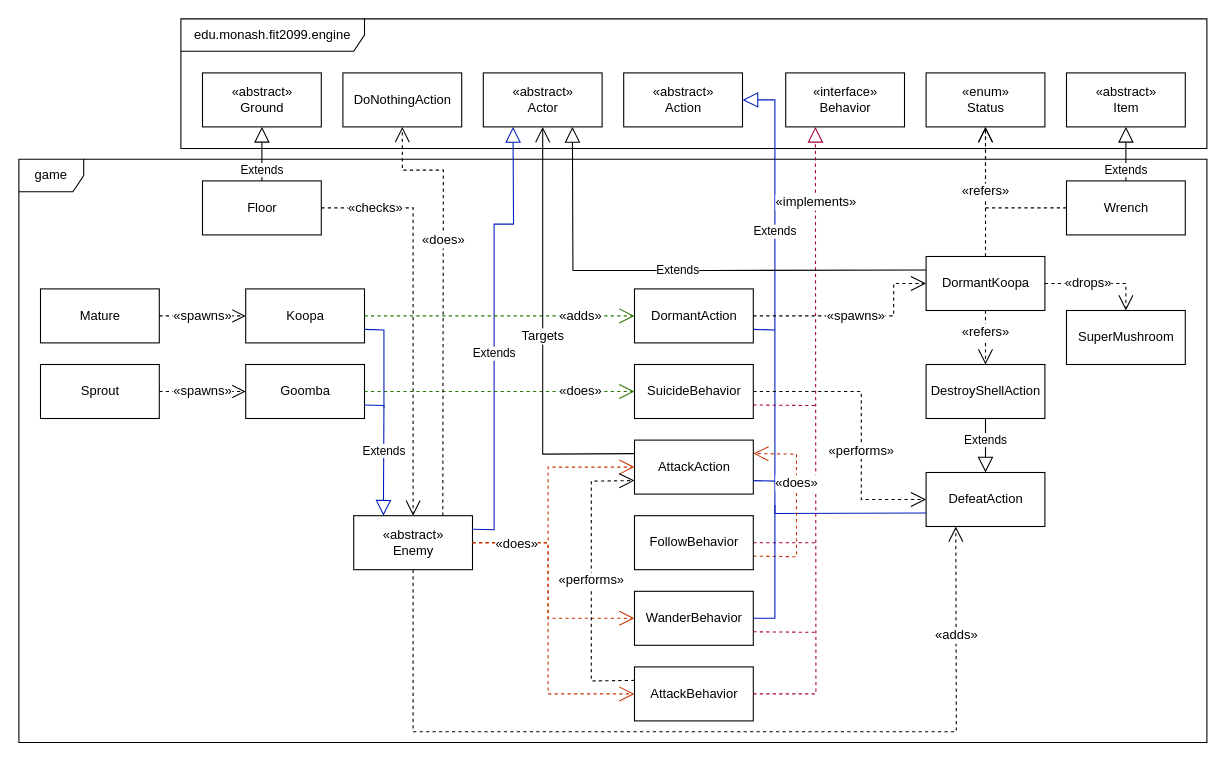
Before: docs/REQ3/class diagram.drawio in rongwen1/Roguelike-Mario-game-java, a draw.io diagram. Source tidied: cells renumbered, new cells numbered last; positions are measured from the earlier drawing's top-left corner, leaving out a move shared by most shapes. Both pictures are drawn from the tidied source at 108%, with x=0, y=0 at pixel (18, 18).
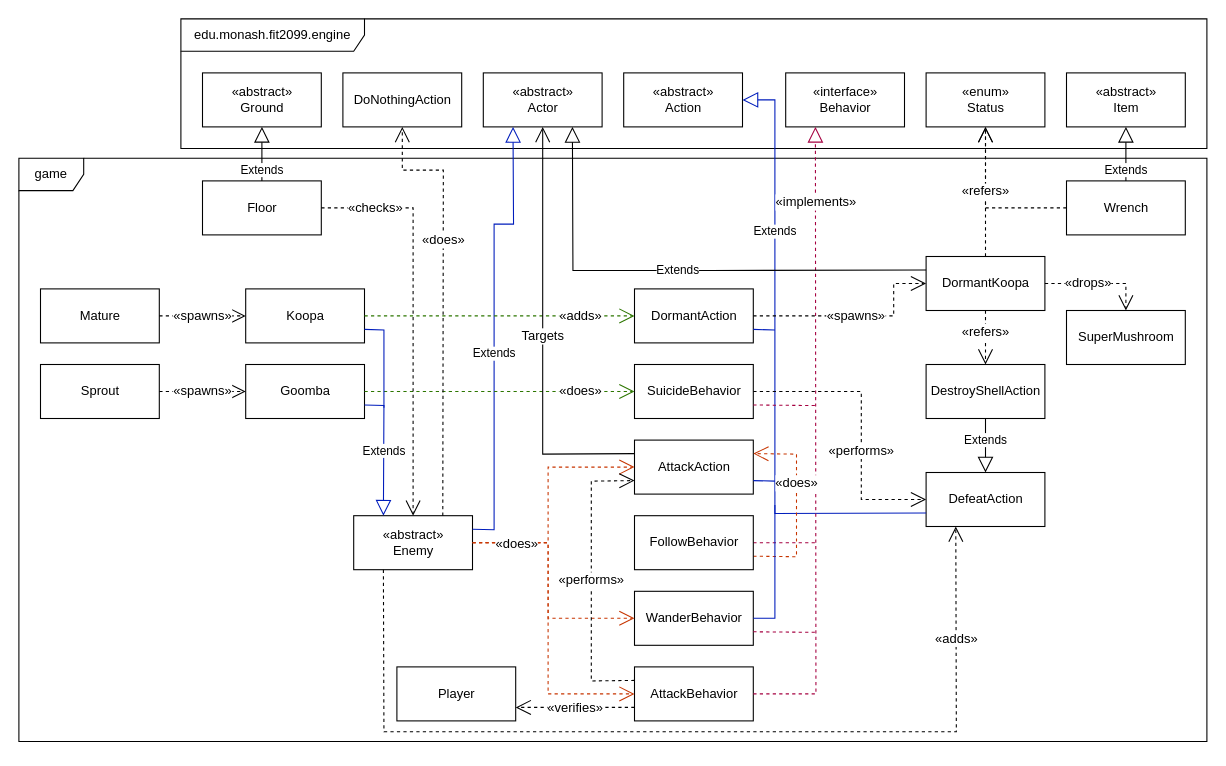
Above is the later version.

Commit message (it also covers changes not shown here):
REQ3: finish diagram and implementation

The change refers to these unchanged cells:
```xml
<mxCell id="6" value="DefeatAction" style="html=1;" parent="1" vertex="1">
  <mxGeometry x="840" y="420" width="110" height="50" as="geometry" />
</mxCell>
<mxCell id="9" value="AttackBehavior" style="html=1;" parent="1" vertex="1">
  <mxGeometry x="570" y="600" width="110" height="50" as="geometry" />
</mxCell>
<mxCell id="17" value="«abstract»&lt;br&gt;Enemy" style="html=1;" parent="1" vertex="1">
  <mxGeometry x="310" y="460" width="110" height="50" as="geometry" />
</mxCell>
```

Diff of the diagram source:
```diff
@@
     <mxCell id="3" value="game" style="shape=umlFrame;whiteSpace=wrap;html=1;" parent="1" vertex="1">
-      <mxGeometry y="130" width="1100" height="540" as="geometry" />
+      <mxGeometry y="129" width="1100" height="540" as="geometry" />
     </mxCell>
@@
-    <mxCell id="62" value="&lt;span style=&quot;font-size: 12px&quot;&gt;«adds»&lt;/span&gt;" style="endArrow=open;endSize=12;html=1;endFill=0;entryX=0.25;entryY=1;entryDx=0;entryDy=0;exitX=0.5;exitY=1;exitDx=0;exitDy=0;rounded=0;dashed=1;" parent="1" edge="1" source="17" target="6">
+    <mxCell id="62" value="&lt;span style=&quot;font-size: 12px&quot;&gt;«adds»&lt;/span&gt;" style="endArrow=open;endSize=12;html=1;endFill=0;entryX=0.25;entryY=1;entryDx=0;entryDy=0;exitX=0.25;exitY=1;exitDx=0;exitDy=0;rounded=0;dashed=1;" parent="1" edge="1" source="17" target="6">
       <mxGeometry x="0.76" relative="1" as="geometry">
         <Array as="points">
-          <mxPoint x="365" y="660" />
+          <mxPoint x="338" y="660" />
           <mxPoint x="868" y="660" />
         </Array>
       </mxGeometry>
     </mxCell>
+    <mxCell id="63" value="Player" style="html=1;" parent="1" vertex="1">
+      <mxGeometry x="350" y="600" width="110" height="50" as="geometry" />
+    </mxCell>
+    <mxCell id="64" value="&lt;span style=&quot;font-size: 12px&quot;&gt;«verifies»&lt;/span&gt;" style="endArrow=open;endSize=12;html=1;endFill=0;dashed=1;entryX=1;entryY=0.75;entryDx=0;entryDy=0;exitX=0;exitY=0.75;exitDx=0;exitDy=0;rounded=0;" parent="1" edge="1" source="9" target="63">
+      <mxGeometry relative="1" as="geometry" />
+    </mxCell>
```
